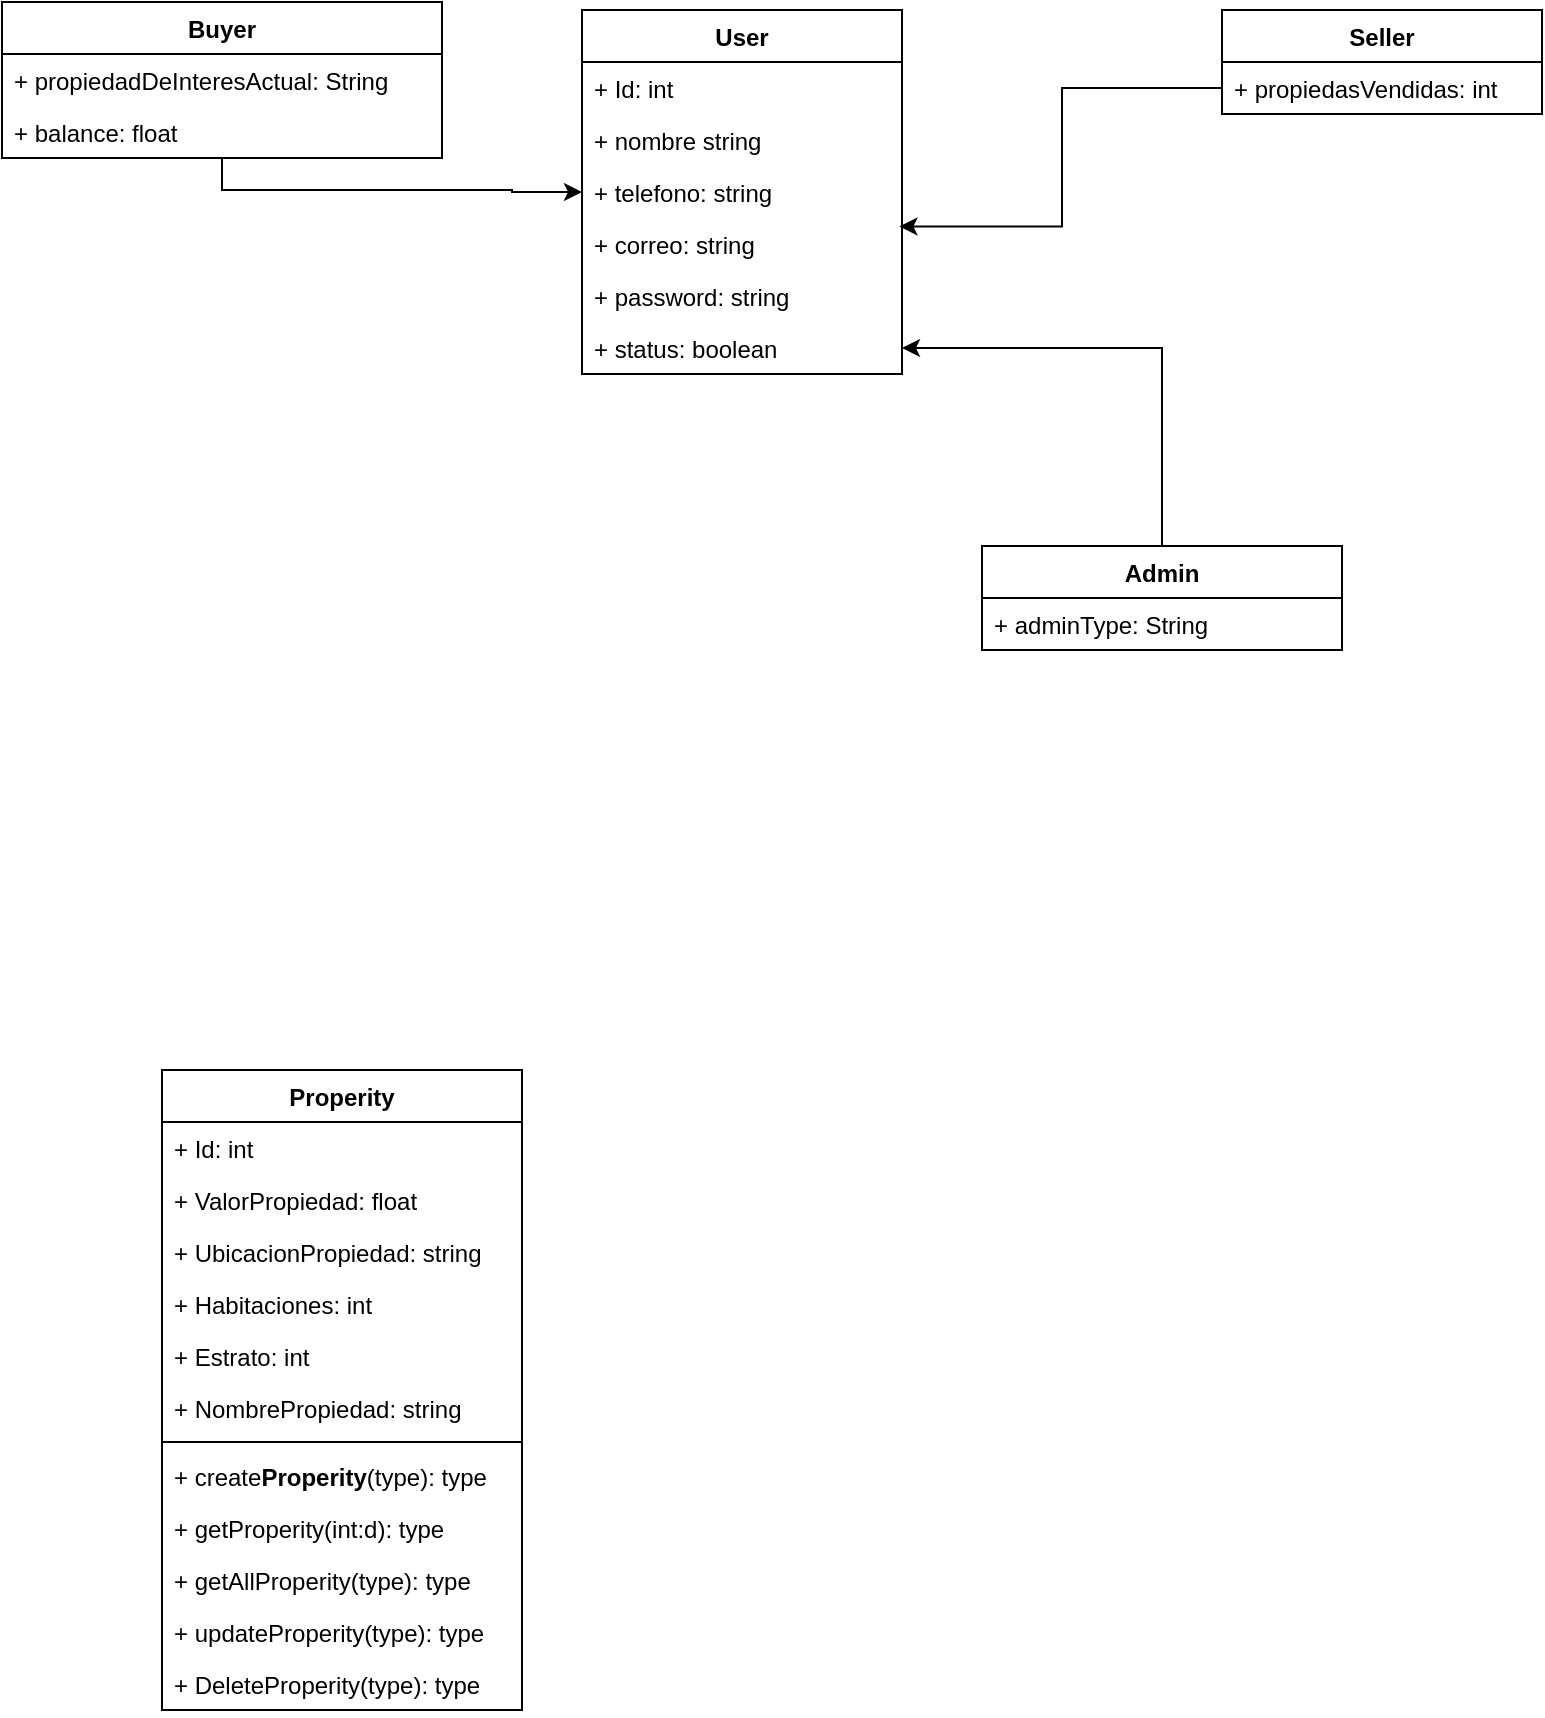
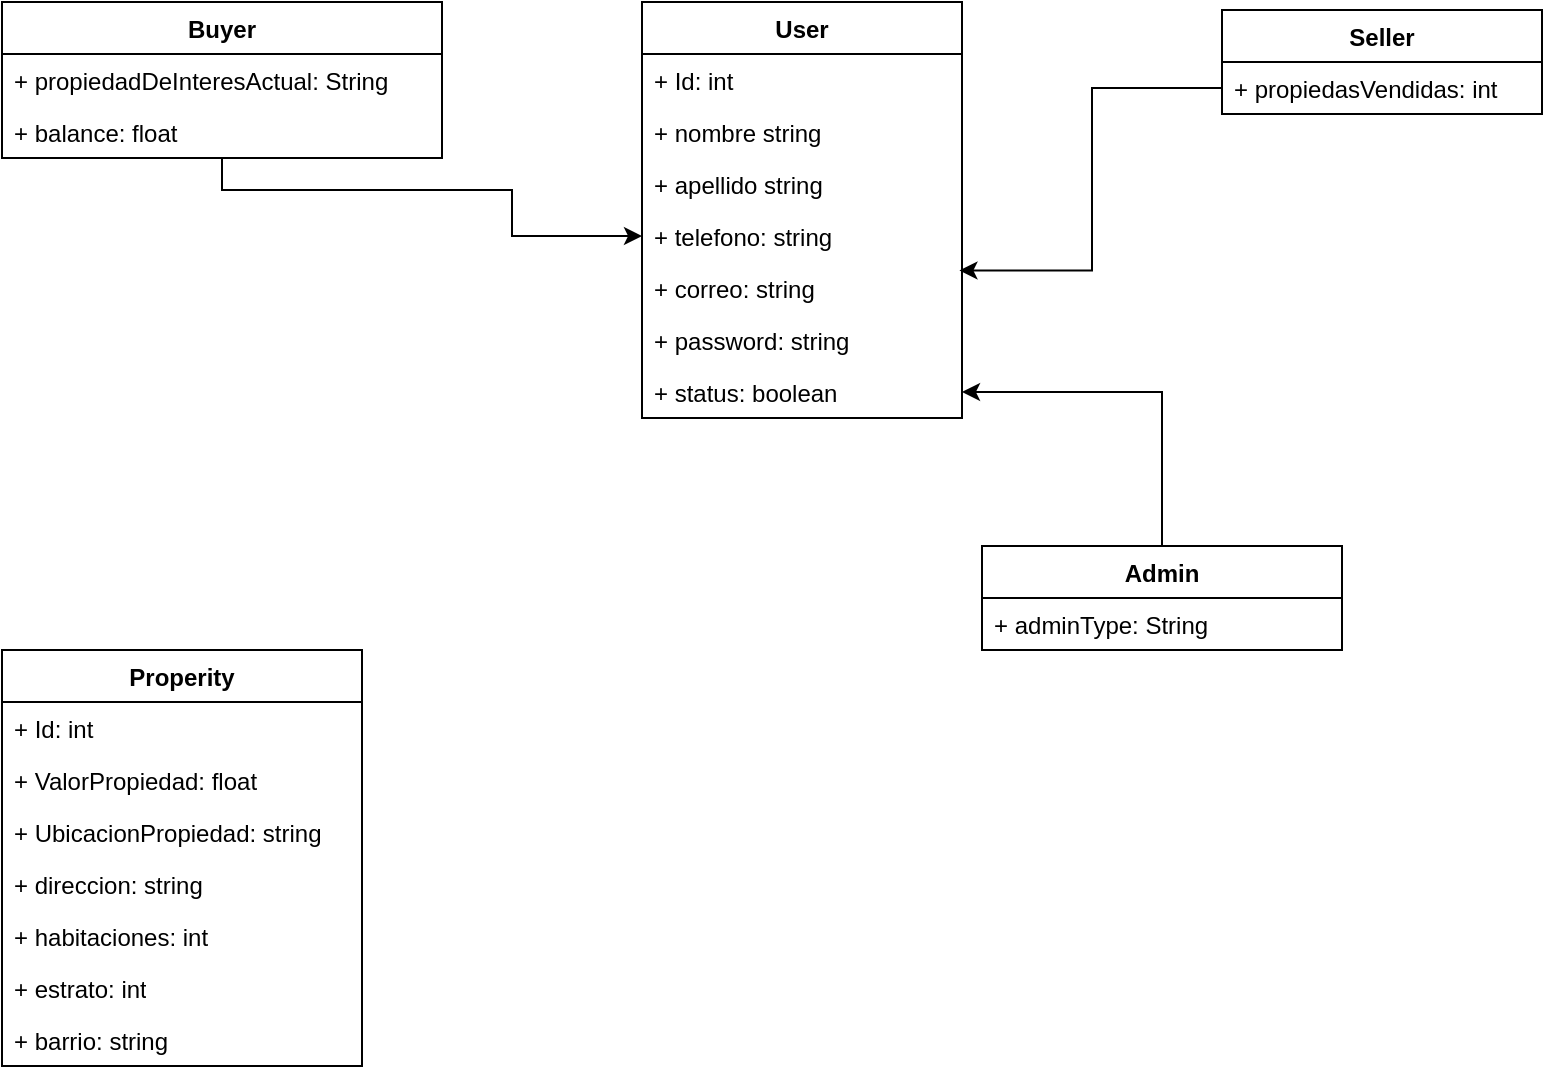
<mxfile host="Electron">
  <diagram name="Página-1" id="jts-7ysC-oTLRqIB_3Be">
-     <mxGraphModel dx="875" dy="2003" grid="1" gridSize="10" guides="1" tooltips="1" connect="1" arrows="1" fold="1" page="1" pageScale="1" pageWidth="827" pageHeight="1169" math="0" shadow="0">
+     <mxGraphModel dx="778" dy="1905" grid="1" gridSize="10" guides="1" tooltips="1" connect="1" arrows="1" fold="1" page="1" pageScale="1" pageWidth="827" pageHeight="1169" math="0" shadow="0">
      <root>
        <mxCell id="0" />
        <mxCell id="1" parent="0" />
        <mxCell id="fC-GmcjPiRC9jXNFZHG8-5" parent="1" style="swimlane;fontStyle=1;align=center;verticalAlign=top;childLayout=stackLayout;horizontal=1;startSize=26;horizontalStack=0;resizeParent=1;resizeParentMax=0;resizeLast=0;collapsible=1;marginBottom=0;whiteSpace=wrap;html=1;" value="Properity" vertex="1">
-           <mxGeometry height="320" width="180" x="150" y="340" as="geometry" />
+           <mxGeometry height="208" width="180" x="70" y="130" as="geometry" />
        </mxCell>
        <mxCell id="fC-GmcjPiRC9jXNFZHG8-47" parent="fC-GmcjPiRC9jXNFZHG8-5" style="text;strokeColor=none;fillColor=none;align=left;verticalAlign=top;spacingLeft=4;spacingRight=4;overflow=hidden;rotatable=0;points=[[0,0.5],[1,0.5]];portConstraint=eastwest;whiteSpace=wrap;html=1;" value="+ Id: int" vertex="1">
          <mxGeometry height="26" width="180" y="26" as="geometry" />
        </mxCell>
        <mxCell id="fC-GmcjPiRC9jXNFZHG8-46" parent="fC-GmcjPiRC9jXNFZHG8-5" style="text;strokeColor=none;fillColor=none;align=left;verticalAlign=top;spacingLeft=4;spacingRight=4;overflow=hidden;rotatable=0;points=[[0,0.5],[1,0.5]];portConstraint=eastwest;whiteSpace=wrap;html=1;" value="+ ValorPropiedad: float" vertex="1">
          <mxGeometry height="26" width="180" y="52" as="geometry" />
        </mxCell>
-         <mxCell id="fC-GmcjPiRC9jXNFZHG8-45" parent="fC-GmcjPiRC9jXNFZHG8-5" style="text;strokeColor=none;fillColor=none;align=left;verticalAlign=top;spacingLeft=4;spacingRight=4;overflow=hidden;rotatable=0;points=[[0,0.5],[1,0.5]];portConstraint=eastwest;whiteSpace=wrap;html=1;" value="+ UbicacionPropiedad: string" vertex="1">
+         <mxCell id="ONpwO3uW1VvkIW2UCS8u-1" parent="fC-GmcjPiRC9jXNFZHG8-5" style="text;strokeColor=none;fillColor=none;align=left;verticalAlign=top;spacingLeft=4;spacingRight=4;overflow=hidden;rotatable=0;points=[[0,0.5],[1,0.5]];portConstraint=eastwest;whiteSpace=wrap;html=1;" value="+ UbicacionPropiedad: string" vertex="1">
          <mxGeometry height="26" width="180" y="78" as="geometry" />
        </mxCell>
-         <mxCell id="fC-GmcjPiRC9jXNFZHG8-44" parent="fC-GmcjPiRC9jXNFZHG8-5" style="text;strokeColor=none;fillColor=none;align=left;verticalAlign=top;spacingLeft=4;spacingRight=4;overflow=hidden;rotatable=0;points=[[0,0.5],[1,0.5]];portConstraint=eastwest;whiteSpace=wrap;html=1;" value="+ Habitaciones: int" vertex="1">
+         <mxCell id="fC-GmcjPiRC9jXNFZHG8-45" parent="fC-GmcjPiRC9jXNFZHG8-5" style="text;strokeColor=none;fillColor=none;align=left;verticalAlign=top;spacingLeft=4;spacingRight=4;overflow=hidden;rotatable=0;points=[[0,0.5],[1,0.5]];portConstraint=eastwest;whiteSpace=wrap;html=1;" value="+ direccion: string" vertex="1">
          <mxGeometry height="26" width="180" y="104" as="geometry" />
        </mxCell>
-         <mxCell id="fC-GmcjPiRC9jXNFZHG8-43" parent="fC-GmcjPiRC9jXNFZHG8-5" style="text;strokeColor=none;fillColor=none;align=left;verticalAlign=top;spacingLeft=4;spacingRight=4;overflow=hidden;rotatable=0;points=[[0,0.5],[1,0.5]];portConstraint=eastwest;whiteSpace=wrap;html=1;" value="+ Estrato: int" vertex="1">
+         <mxCell id="fC-GmcjPiRC9jXNFZHG8-44" parent="fC-GmcjPiRC9jXNFZHG8-5" style="text;strokeColor=none;fillColor=none;align=left;verticalAlign=top;spacingLeft=4;spacingRight=4;overflow=hidden;rotatable=0;points=[[0,0.5],[1,0.5]];portConstraint=eastwest;whiteSpace=wrap;html=1;" value="+ habitaciones: int" vertex="1">
          <mxGeometry height="26" width="180" y="130" as="geometry" />
        </mxCell>
-         <mxCell id="fC-GmcjPiRC9jXNFZHG8-42" parent="fC-GmcjPiRC9jXNFZHG8-5" style="text;strokeColor=none;fillColor=none;align=left;verticalAlign=top;spacingLeft=4;spacingRight=4;overflow=hidden;rotatable=0;points=[[0,0.5],[1,0.5]];portConstraint=eastwest;whiteSpace=wrap;html=1;" value="+ NombrePropiedad: string" vertex="1">
+         <mxCell id="fC-GmcjPiRC9jXNFZHG8-43" parent="fC-GmcjPiRC9jXNFZHG8-5" style="text;strokeColor=none;fillColor=none;align=left;verticalAlign=top;spacingLeft=4;spacingRight=4;overflow=hidden;rotatable=0;points=[[0,0.5],[1,0.5]];portConstraint=eastwest;whiteSpace=wrap;html=1;" value="+ estrato: int" vertex="1">
          <mxGeometry height="26" width="180" y="156" as="geometry" />
        </mxCell>
-         <mxCell id="fC-GmcjPiRC9jXNFZHG8-7" parent="fC-GmcjPiRC9jXNFZHG8-5" style="line;strokeWidth=1;fillColor=none;align=left;verticalAlign=middle;spacingTop=-1;spacingLeft=3;spacingRight=3;rotatable=0;labelPosition=right;points=[];portConstraint=eastwest;strokeColor=inherit;" value="" vertex="1">
-           <mxGeometry height="8" width="180" y="182" as="geometry" />
-         </mxCell>
-         <mxCell id="fC-GmcjPiRC9jXNFZHG8-101" parent="fC-GmcjPiRC9jXNFZHG8-5" style="text;strokeColor=none;fillColor=none;align=left;verticalAlign=top;spacingLeft=4;spacingRight=4;overflow=hidden;rotatable=0;points=[[0,0.5],[1,0.5]];portConstraint=eastwest;whiteSpace=wrap;html=1;" value="+ create&lt;span style=&quot;font-weight: 700; text-align: center;&quot;&gt;Properity&lt;/span&gt;(type): type" vertex="1">
-           <mxGeometry height="26" width="180" y="190" as="geometry" />
-         </mxCell>
-         <mxCell id="fC-GmcjPiRC9jXNFZHG8-100" parent="fC-GmcjPiRC9jXNFZHG8-5" style="text;strokeColor=none;fillColor=none;align=left;verticalAlign=top;spacingLeft=4;spacingRight=4;overflow=hidden;rotatable=0;points=[[0,0.5],[1,0.5]];portConstraint=eastwest;whiteSpace=wrap;html=1;" value="+ getProperity(int:d): type" vertex="1">
-           <mxGeometry height="26" width="180" y="216" as="geometry" />
-         </mxCell>
-         <mxCell id="fC-GmcjPiRC9jXNFZHG8-99" parent="fC-GmcjPiRC9jXNFZHG8-5" style="text;strokeColor=none;fillColor=none;align=left;verticalAlign=top;spacingLeft=4;spacingRight=4;overflow=hidden;rotatable=0;points=[[0,0.5],[1,0.5]];portConstraint=eastwest;whiteSpace=wrap;html=1;" value="+ getAllProperity(type): type" vertex="1">
-           <mxGeometry height="26" width="180" y="242" as="geometry" />
-         </mxCell>
-         <mxCell id="fC-GmcjPiRC9jXNFZHG8-98" parent="fC-GmcjPiRC9jXNFZHG8-5" style="text;strokeColor=none;fillColor=none;align=left;verticalAlign=top;spacingLeft=4;spacingRight=4;overflow=hidden;rotatable=0;points=[[0,0.5],[1,0.5]];portConstraint=eastwest;whiteSpace=wrap;html=1;" value="+ updateProperity(type): type" vertex="1">
-           <mxGeometry height="26" width="180" y="268" as="geometry" />
-         </mxCell>
-         <mxCell id="fC-GmcjPiRC9jXNFZHG8-8" parent="fC-GmcjPiRC9jXNFZHG8-5" style="text;strokeColor=none;fillColor=none;align=left;verticalAlign=top;spacingLeft=4;spacingRight=4;overflow=hidden;rotatable=0;points=[[0,0.5],[1,0.5]];portConstraint=eastwest;whiteSpace=wrap;html=1;" value="+ DeleteProperity(type): type" vertex="1">
-           <mxGeometry height="26" width="180" y="294" as="geometry" />
+         <mxCell id="fC-GmcjPiRC9jXNFZHG8-42" parent="fC-GmcjPiRC9jXNFZHG8-5" style="text;strokeColor=none;fillColor=none;align=left;verticalAlign=top;spacingLeft=4;spacingRight=4;overflow=hidden;rotatable=0;points=[[0,0.5],[1,0.5]];portConstraint=eastwest;whiteSpace=wrap;html=1;" value="+ barrio: string" vertex="1">
+           <mxGeometry height="26" width="180" y="182" as="geometry" />
        </mxCell>
        <mxCell id="fC-GmcjPiRC9jXNFZHG8-9" parent="1" style="swimlane;fontStyle=1;align=center;verticalAlign=top;childLayout=stackLayout;horizontal=1;startSize=26;horizontalStack=0;resizeParent=1;resizeParentMax=0;resizeLast=0;collapsible=1;marginBottom=0;whiteSpace=wrap;html=1;" value="User" vertex="1">
-           <mxGeometry height="182" width="160" x="360" y="-190" as="geometry" />
+           <mxGeometry height="208" width="160" x="390" y="-194" as="geometry" />
        </mxCell>
        <mxCell id="fC-GmcjPiRC9jXNFZHG8-24" parent="fC-GmcjPiRC9jXNFZHG8-9" style="text;strokeColor=none;fillColor=none;align=left;verticalAlign=top;spacingLeft=4;spacingRight=4;overflow=hidden;rotatable=0;points=[[0,0.5],[1,0.5]];portConstraint=eastwest;whiteSpace=wrap;html=1;" value="+ Id: int" vertex="1">
          <mxGeometry height="26" width="160" y="26" as="geometry" />
        </mxCell>
-         <mxCell id="fC-GmcjPiRC9jXNFZHG8-23" parent="fC-GmcjPiRC9jXNFZHG8-9" style="text;strokeColor=none;fillColor=none;align=left;verticalAlign=top;spacingLeft=4;spacingRight=4;overflow=hidden;rotatable=0;points=[[0,0.5],[1,0.5]];portConstraint=eastwest;whiteSpace=wrap;html=1;" value="+ nombre string" vertex="1">
+         <mxCell id="S50S1tA3Ni7zn9QOrHc3-2" parent="fC-GmcjPiRC9jXNFZHG8-9" style="text;strokeColor=none;fillColor=none;align=left;verticalAlign=top;spacingLeft=4;spacingRight=4;overflow=hidden;rotatable=0;points=[[0,0.5],[1,0.5]];portConstraint=eastwest;whiteSpace=wrap;html=1;" value="+ nombre string" vertex="1">
          <mxGeometry height="26" width="160" y="52" as="geometry" />
        </mxCell>
-         <mxCell id="fC-GmcjPiRC9jXNFZHG8-21" parent="fC-GmcjPiRC9jXNFZHG8-9" style="text;strokeColor=none;fillColor=none;align=left;verticalAlign=top;spacingLeft=4;spacingRight=4;overflow=hidden;rotatable=0;points=[[0,0.5],[1,0.5]];portConstraint=eastwest;whiteSpace=wrap;html=1;" value="+ telefono: string" vertex="1">
+         <mxCell id="fC-GmcjPiRC9jXNFZHG8-23" parent="fC-GmcjPiRC9jXNFZHG8-9" style="text;strokeColor=none;fillColor=none;align=left;verticalAlign=top;spacingLeft=4;spacingRight=4;overflow=hidden;rotatable=0;points=[[0,0.5],[1,0.5]];portConstraint=eastwest;whiteSpace=wrap;html=1;" value="+ apellido string" vertex="1">
          <mxGeometry height="26" width="160" y="78" as="geometry" />
        </mxCell>
-         <mxCell id="CpU5eHp5kqJgYi0unV-t-17" parent="fC-GmcjPiRC9jXNFZHG8-9" style="text;strokeColor=none;fillColor=none;align=left;verticalAlign=top;spacingLeft=4;spacingRight=4;overflow=hidden;rotatable=0;points=[[0,0.5],[1,0.5]];portConstraint=eastwest;whiteSpace=wrap;html=1;" value="+ correo: string" vertex="1">
+         <mxCell id="fC-GmcjPiRC9jXNFZHG8-21" parent="fC-GmcjPiRC9jXNFZHG8-9" style="text;strokeColor=none;fillColor=none;align=left;verticalAlign=top;spacingLeft=4;spacingRight=4;overflow=hidden;rotatable=0;points=[[0,0.5],[1,0.5]];portConstraint=eastwest;whiteSpace=wrap;html=1;" value="+ telefono: string" vertex="1">
          <mxGeometry height="26" width="160" y="104" as="geometry" />
        </mxCell>
-         <mxCell id="CpU5eHp5kqJgYi0unV-t-2" parent="fC-GmcjPiRC9jXNFZHG8-9" style="text;strokeColor=none;fillColor=none;align=left;verticalAlign=top;spacingLeft=4;spacingRight=4;overflow=hidden;rotatable=0;points=[[0,0.5],[1,0.5]];portConstraint=eastwest;whiteSpace=wrap;html=1;" value="+ password: string" vertex="1">
+         <mxCell id="CpU5eHp5kqJgYi0unV-t-17" parent="fC-GmcjPiRC9jXNFZHG8-9" style="text;strokeColor=none;fillColor=none;align=left;verticalAlign=top;spacingLeft=4;spacingRight=4;overflow=hidden;rotatable=0;points=[[0,0.5],[1,0.5]];portConstraint=eastwest;whiteSpace=wrap;html=1;" value="+ correo: string" vertex="1">
          <mxGeometry height="26" width="160" y="130" as="geometry" />
        </mxCell>
+         <mxCell id="CpU5eHp5kqJgYi0unV-t-2" parent="fC-GmcjPiRC9jXNFZHG8-9" style="text;strokeColor=none;fillColor=none;align=left;verticalAlign=top;spacingLeft=4;spacingRight=4;overflow=hidden;rotatable=0;points=[[0,0.5],[1,0.5]];portConstraint=eastwest;whiteSpace=wrap;html=1;" value="+ password: string" vertex="1">
+           <mxGeometry height="26" width="160" y="156" as="geometry" />
+         </mxCell>
        <mxCell id="fC-GmcjPiRC9jXNFZHG8-10" parent="fC-GmcjPiRC9jXNFZHG8-9" style="text;strokeColor=none;fillColor=none;align=left;verticalAlign=top;spacingLeft=4;spacingRight=4;overflow=hidden;rotatable=0;points=[[0,0.5],[1,0.5]];portConstraint=eastwest;whiteSpace=wrap;html=1;" value="+ status: boolean" vertex="1">
-           <mxGeometry height="26" width="160" y="156" as="geometry" />
+           <mxGeometry height="26" width="160" y="182" as="geometry" />
        </mxCell>
        <mxCell id="CpU5eHp5kqJgYi0unV-t-18" edge="1" parent="fC-GmcjPiRC9jXNFZHG8-9" source="fC-GmcjPiRC9jXNFZHG8-21" style="edgeStyle=orthogonalEdgeStyle;rounded=0;orthogonalLoop=1;jettySize=auto;html=1;exitX=1;exitY=0.5;exitDx=0;exitDy=0;" target="fC-GmcjPiRC9jXNFZHG8-21">
          <mxGeometry relative="1" as="geometry" />
        </mxCell>
        <mxCell id="CpU5eHp5kqJgYi0unV-t-22" edge="1" parent="1" source="fC-GmcjPiRC9jXNFZHG8-48" style="edgeStyle=orthogonalEdgeStyle;rounded=0;orthogonalLoop=1;jettySize=auto;html=1;entryX=1;entryY=0.5;entryDx=0;entryDy=0;" target="fC-GmcjPiRC9jXNFZHG8-10">
          <mxGeometry relative="1" as="geometry" />
        </mxCell>
        <mxCell id="fC-GmcjPiRC9jXNFZHG8-48" parent="1" style="swimlane;fontStyle=1;align=center;verticalAlign=top;childLayout=stackLayout;horizontal=1;startSize=26;horizontalStack=0;resizeParent=1;resizeParentMax=0;resizeLast=0;collapsible=1;marginBottom=0;whiteSpace=wrap;html=1;" value="Admin" vertex="1">
          <mxGeometry height="52" width="180" x="560" y="78" as="geometry" />
        </mxCell>
        <mxCell id="fC-GmcjPiRC9jXNFZHG8-49" parent="fC-GmcjPiRC9jXNFZHG8-48" style="text;strokeColor=none;fillColor=none;align=left;verticalAlign=top;spacingLeft=4;spacingRight=4;overflow=hidden;rotatable=0;points=[[0,0.5],[1,0.5]];portConstraint=eastwest;whiteSpace=wrap;html=1;" value="+ adminType: String" vertex="1">
          <mxGeometry height="26" width="180" y="26" as="geometry" />
        </mxCell>
        <mxCell id="CpU5eHp5kqJgYi0unV-t-20" edge="1" parent="1" source="fC-GmcjPiRC9jXNFZHG8-78" style="edgeStyle=orthogonalEdgeStyle;rounded=0;orthogonalLoop=1;jettySize=auto;html=1;entryX=0;entryY=0.5;entryDx=0;entryDy=0;" target="fC-GmcjPiRC9jXNFZHG8-21">
          <mxGeometry relative="1" as="geometry">
            <Array as="points">
              <mxPoint x="180" y="-100" />
              <mxPoint x="325" y="-100" />
            </Array>
          </mxGeometry>
        </mxCell>
        <mxCell id="fC-GmcjPiRC9jXNFZHG8-78" parent="1" style="swimlane;fontStyle=1;align=center;verticalAlign=top;childLayout=stackLayout;horizontal=1;startSize=26;horizontalStack=0;resizeParent=1;resizeParentMax=0;resizeLast=0;collapsible=1;marginBottom=0;whiteSpace=wrap;html=1;" value="Buyer" vertex="1">
          <mxGeometry height="78" width="220" x="70" y="-194" as="geometry" />
        </mxCell>
        <mxCell id="CpU5eHp5kqJgYi0unV-t-21" parent="fC-GmcjPiRC9jXNFZHG8-78" style="text;strokeColor=none;fillColor=none;align=left;verticalAlign=top;spacingLeft=4;spacingRight=4;overflow=hidden;rotatable=0;points=[[0,0.5],[1,0.5]];portConstraint=eastwest;whiteSpace=wrap;html=1;" value="+ propiedadDeInteresActual: String" vertex="1">
          <mxGeometry height="26" width="220" y="26" as="geometry" />
        </mxCell>
        <mxCell id="fC-GmcjPiRC9jXNFZHG8-81" parent="fC-GmcjPiRC9jXNFZHG8-78" style="text;strokeColor=none;fillColor=none;align=left;verticalAlign=top;spacingLeft=4;spacingRight=4;overflow=hidden;rotatable=0;points=[[0,0.5],[1,0.5]];portConstraint=eastwest;whiteSpace=wrap;html=1;" value="+ balance: float" vertex="1">
          <mxGeometry height="26" width="220" y="52" as="geometry" />
        </mxCell>
        <mxCell id="fC-GmcjPiRC9jXNFZHG8-88" parent="1" style="swimlane;fontStyle=1;align=center;verticalAlign=top;childLayout=stackLayout;horizontal=1;startSize=26;horizontalStack=0;resizeParent=1;resizeParentMax=0;resizeLast=0;collapsible=1;marginBottom=0;whiteSpace=wrap;html=1;" value="Seller" vertex="1">
          <mxGeometry height="52" width="160" x="680" y="-190" as="geometry" />
        </mxCell>
        <mxCell id="fC-GmcjPiRC9jXNFZHG8-89" parent="fC-GmcjPiRC9jXNFZHG8-88" style="text;strokeColor=none;fillColor=none;align=left;verticalAlign=top;spacingLeft=4;spacingRight=4;overflow=hidden;rotatable=0;points=[[0,0.5],[1,0.5]];portConstraint=eastwest;whiteSpace=wrap;html=1;" value="+ propiedasVendidas: int" vertex="1">
          <mxGeometry height="26" width="160" y="26" as="geometry" />
        </mxCell>
        <mxCell id="CpU5eHp5kqJgYi0unV-t-24" edge="1" parent="1" source="fC-GmcjPiRC9jXNFZHG8-89" style="edgeStyle=orthogonalEdgeStyle;rounded=0;orthogonalLoop=1;jettySize=auto;html=1;entryX=0.992;entryY=0.163;entryDx=0;entryDy=0;entryPerimeter=0;" target="CpU5eHp5kqJgYi0unV-t-17">
          <mxGeometry relative="1" as="geometry" />
        </mxCell>
      </root>
    </mxGraphModel>
  </diagram>
</mxfile>
